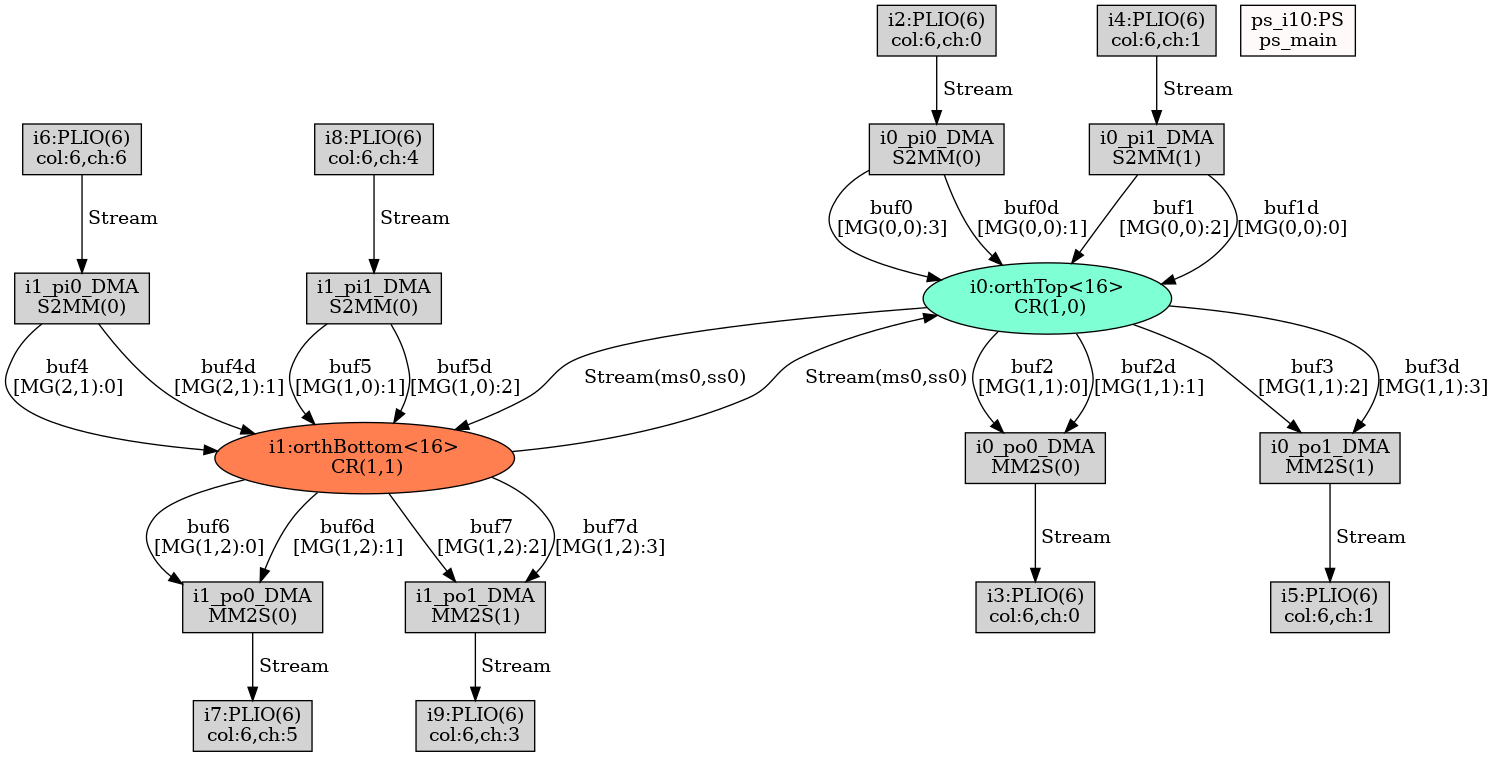
The Graphviz diagram testAIE/Work/reports/TopGraph_mapped_post.png in lxy-littlechai/SVD, before a commit. Its source is kept beside it as testAIE/Work/temp/TopGraph_mapped_post.dot.
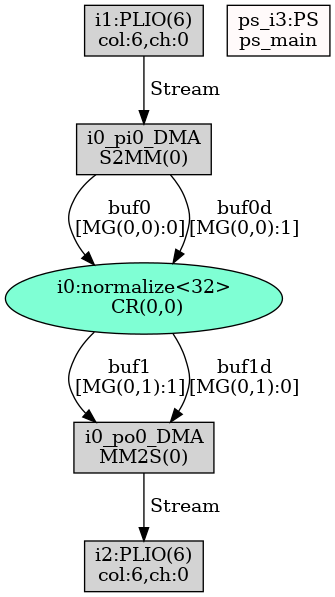
After the commit.

What changed in the source:
```diff
@@ -1,48 +1,15 @@
 digraph G {
-"i0:orthTop<16>\n CR(1,0)"[style=filled, fillcolor=aquamarine];
+"i0:normalize<32>\n CR(0,0)"[style=filled, fillcolor=aquamarine];
 "i0_pi0_DMA\nS2MM(0)"[shape=box, style=filled, fillcolor=lightgrey];
-"i0_pi1_DMA\nS2MM(1)"[shape=box, style=filled, fillcolor=lightgrey];
 "i0_po0_DMA\nMM2S(0)"[shape=box, style=filled, fillcolor=lightgrey];
-"i0_po1_DMA\nMM2S(1)"[shape=box, style=filled, fillcolor=lightgrey];
-"i1:orthBottom<16>\n CR(1,1)"[style=filled, fillcolor=coral];
-"i1_pi0_DMA\nS2MM(0)"[shape=box, style=filled, fillcolor=lightgrey];
-"i1_pi1_DMA\nS2MM(0)"[shape=box, style=filled, fillcolor=lightgrey];
-"i1_po0_DMA\nMM2S(0)"[shape=box, style=filled, fillcolor=lightgrey];
-"i1_po1_DMA\nMM2S(1)"[shape=box, style=filled, fillcolor=lightgrey];
+"i1:PLIO(6)\ncol:6,ch:0"[shape=box, style=filled, fillcolor=lightgrey];
 "i2:PLIO(6)\ncol:6,ch:0"[shape=box, style=filled, fillcolor=lightgrey];
-"i3:PLIO(6)\ncol:6,ch:0"[shape=box, style=filled, fillcolor=lightgrey];
-"i4:PLIO(6)\ncol:6,ch:1"[shape=box, style=filled, fillcolor=lightgrey];
-"i5:PLIO(6)\ncol:6,ch:1"[shape=box, style=filled, fillcolor=lightgrey];
-"i6:PLIO(6)\ncol:6,ch:6"[shape=box, style=filled, fillcolor=lightgrey];
-"i7:PLIO(6)\ncol:6,ch:5"[shape=box, style=filled, fillcolor=lightgrey];
-"i8:PLIO(6)\ncol:6,ch:4"[shape=box, style=filled, fillcolor=lightgrey];
-"i9:PLIO(6)\ncol:6,ch:3"[shape=box, style=filled, fillcolor=lightgrey];
-"ps_i10:PS\nps_main"[shape=box, style=filled, fillcolor=snow];
-"i2:PLIO(6)\ncol:6,ch:0"->"i0_pi0_DMA\nS2MM(0)"[label=" Stream"];
-"i0_pi0_DMA\nS2MM(0)"->"i0:orthTop<16>\n CR(1,0)"[label="buf0\n[MG(0,0):3]"];
-"i0_pi0_DMA\nS2MM(0)"->"i0:orthTop<16>\n CR(1,0)"[label="buf0d\n[MG(0,0):1]"];
-"i4:PLIO(6)\ncol:6,ch:1"->"i0_pi1_DMA\nS2MM(1)"[label=" Stream"];
-"i0_pi1_DMA\nS2MM(1)"->"i0:orthTop<16>\n CR(1,0)"[label="buf1\n[MG(0,0):2]"];
-"i0_pi1_DMA\nS2MM(1)"->"i0:orthTop<16>\n CR(1,0)"[label="buf1d\n[MG(0,0):0]"];
-"i0:orthTop<16>\n CR(1,0)"->"i0_po0_DMA\nMM2S(0)"[label="buf2\n[MG(1,1):0]"];
-"i0:orthTop<16>\n CR(1,0)"->"i0_po0_DMA\nMM2S(0)"[label="buf2d\n[MG(1,1):1]"];
-"i0_po0_DMA\nMM2S(0)" -> "i3:PLIO(6)\ncol:6,ch:0"[label=" Stream"];
-"i0:orthTop<16>\n CR(1,0)"->"i0_po1_DMA\nMM2S(1)"[label="buf3\n[MG(1,1):2]"];
-"i0:orthTop<16>\n CR(1,0)"->"i0_po1_DMA\nMM2S(1)"[label="buf3d\n[MG(1,1):3]"];
-"i0_po1_DMA\nMM2S(1)" -> "i5:PLIO(6)\ncol:6,ch:1"[label=" Stream"];
-"i6:PLIO(6)\ncol:6,ch:6"->"i1_pi0_DMA\nS2MM(0)"[label=" Stream"];
-"i1_pi0_DMA\nS2MM(0)"->"i1:orthBottom<16>\n CR(1,1)"[label="buf4\n[MG(2,1):0]"];
-"i1_pi0_DMA\nS2MM(0)"->"i1:orthBottom<16>\n CR(1,1)"[label="buf4d\n[MG(2,1):1]"];
-"i8:PLIO(6)\ncol:6,ch:4"->"i1_pi1_DMA\nS2MM(0)"[label=" Stream"];
-"i1_pi1_DMA\nS2MM(0)"->"i1:orthBottom<16>\n CR(1,1)"[label="buf5\n[MG(1,0):1]"];
-"i1_pi1_DMA\nS2MM(0)"->"i1:orthBottom<16>\n CR(1,1)"[label="buf5d\n[MG(1,0):2]"];
-"i1:orthBottom<16>\n CR(1,1)"->"i1_po0_DMA\nMM2S(0)"[label="buf6\n[MG(1,2):0]"];
-"i1:orthBottom<16>\n CR(1,1)"->"i1_po0_DMA\nMM2S(0)"[label="buf6d\n[MG(1,2):1]"];
-"i1_po0_DMA\nMM2S(0)" -> "i7:PLIO(6)\ncol:6,ch:5"[label=" Stream"];
-"i1:orthBottom<16>\n CR(1,1)"->"i1_po1_DMA\nMM2S(1)"[label="buf7\n[MG(1,2):2]"];
-"i1:orthBottom<16>\n CR(1,1)"->"i1_po1_DMA\nMM2S(1)"[label="buf7d\n[MG(1,2):3]"];
-"i1_po1_DMA\nMM2S(1)" -> "i9:PLIO(6)\ncol:6,ch:3"[label=" Stream"];
-"i0:orthTop<16>\n CR(1,0)" -> "i1:orthBottom<16>\n CR(1,1)"[label=" Stream(ms0,ss0)"];
-"i1:orthBottom<16>\n CR(1,1)" -> "i0:orthTop<16>\n CR(1,0)"[label=" Stream(ms0,ss0)"];
+"ps_i3:PS\nps_main"[shape=box, style=filled, fillcolor=snow];
+"i1:PLIO(6)\ncol:6,ch:0"->"i0_pi0_DMA\nS2MM(0)"[label=" Stream"];
+"i0_pi0_DMA\nS2MM(0)"->"i0:normalize<32>\n CR(0,0)"[label="buf0\n[MG(0,0):0]"];
+"i0_pi0_DMA\nS2MM(0)"->"i0:normalize<32>\n CR(0,0)"[label="buf0d\n[MG(0,0):1]"];
+"i0:normalize<32>\n CR(0,0)"->"i0_po0_DMA\nMM2S(0)"[label="buf1\n[MG(0,1):1]"];
+"i0:normalize<32>\n CR(0,0)"->"i0_po0_DMA\nMM2S(0)"[label="buf1d\n[MG(0,1):0]"];
+"i0_po0_DMA\nMM2S(0)" -> "i2:PLIO(6)\ncol:6,ch:0"[label=" Stream"];
 
  }
```
